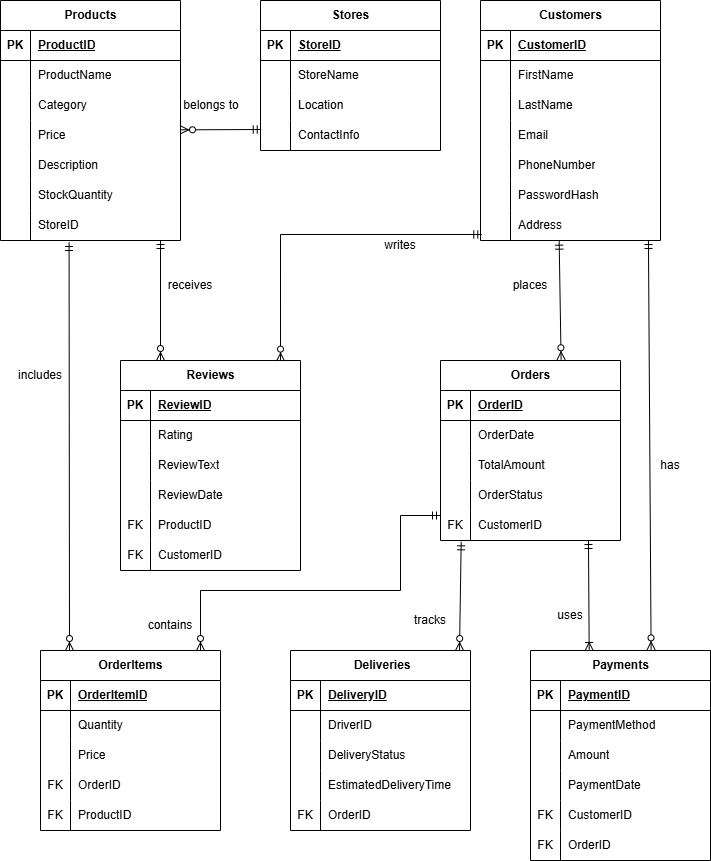
Above: Er Iteration 2.png in bhargavvarmasagi/GDP-Team04 (draw.io), before the change. Source tidied: cells renumbered, new cells last; positions are measured from the earlier drawing's top-left corner, leaving out a move shared by most shapes.
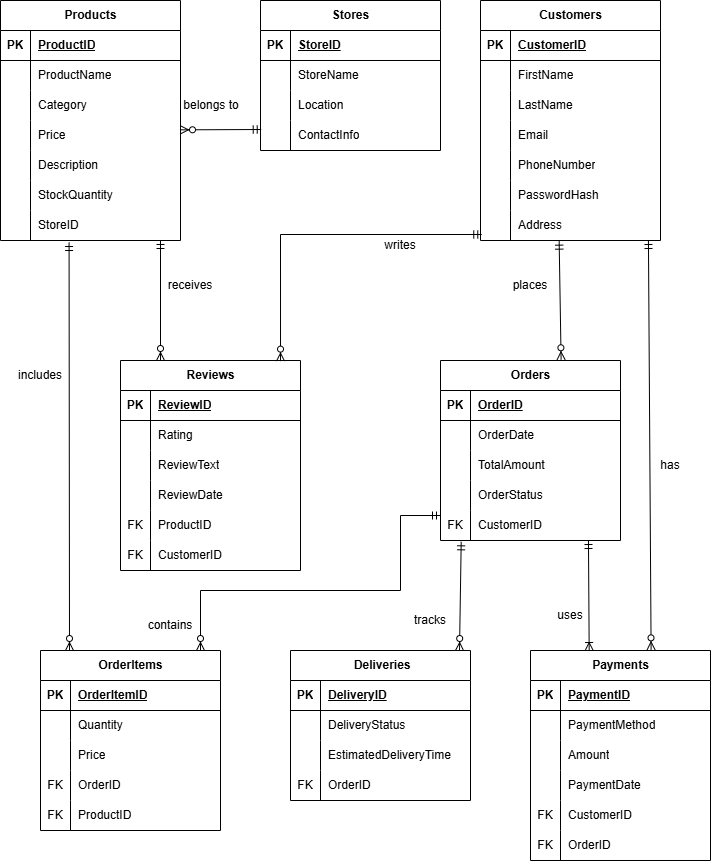
Above is the later version.

What changed in the source:
```diff
@@ -297,7 +297,7 @@
       <mxGeometry x="30" width="150" height="30" as="geometry" />
     </mxCell>
     <mxCell id="99" value="&amp;nbsp;Deliveries" style="shape=table;startSize=30;rowLines=0;fontStyle=1;align=center;html=1;" parent="1" vertex="1">
-      <mxGeometry x="290" y="650" width="180" height="180" as="geometry" />
+      <mxGeometry x="290" y="650" width="180" height="150" as="geometry" />
     </mxCell>
     <mxCell id="100" style="shape=tableRow;horizontal=0;startSize=0;swimlaneHead=0;swimlaneBody=0;fillColor=none;top=0;left=0;right=0;bottom=1;" parent="99" vertex="1">
       <mxGeometry y="30" width="180" height="30" as="geometry" />
@@ -308,17 +308,8 @@
     <mxCell id="102" value="DeliveryID" style="shape=partialRectangle;fillColor=none;top=0;left=0;bottom=0;right=0;align=left;spacingLeft=6;fontStyle=5;overflow=hidden;whiteSpace=wrap;html=1;" parent="100" vertex="1">
       <mxGeometry x="30" width="150" height="30" as="geometry" />
     </mxCell>
-    <mxCell id="103" style="shape=tableRow;horizontal=0;startSize=0;swimlaneHead=0;swimlaneBody=0;fillColor=none;top=0;left=0;right=0;bottom=0;" parent="99" vertex="1">
-      <mxGeometry y="60" width="180" height="30" as="geometry" />
-    </mxCell>
-    <mxCell id="104" style="shape=partialRectangle;fillColor=none;top=0;left=0;bottom=0;right=0;overflow=hidden;whiteSpace=wrap;html=1;" parent="103" vertex="1">
-      <mxGeometry width="30" height="30" as="geometry" />
-    </mxCell>
-    <mxCell id="105" value="DriverID" style="shape=partialRectangle;fillColor=none;top=0;left=0;bottom=0;right=0;align=left;spacingLeft=6;overflow=hidden;whiteSpace=wrap;html=1;" parent="103" vertex="1">
-      <mxGeometry x="30" width="150" height="30" as="geometry" />
-    </mxCell>
     <mxCell id="106" style="shape=tableRow;horizontal=0;startSize=0;swimlaneHead=0;swimlaneBody=0;fillColor=none;top=0;left=0;right=0;bottom=0;" parent="99" vertex="1">
-      <mxGeometry y="90" width="180" height="30" as="geometry" />
+      <mxGeometry y="60" width="180" height="30" as="geometry" />
     </mxCell>
     <mxCell id="107" style="shape=partialRectangle;fillColor=none;top=0;left=0;bottom=0;right=0;overflow=hidden;whiteSpace=wrap;html=1;" parent="106" vertex="1">
       <mxGeometry width="30" height="30" as="geometry" />
@@ -327,7 +318,7 @@
       <mxGeometry x="30" width="150" height="30" as="geometry" />
     </mxCell>
     <mxCell id="109" style="shape=tableRow;horizontal=0;startSize=0;swimlaneHead=0;swimlaneBody=0;fillColor=none;top=0;left=0;right=0;bottom=0;" parent="99" vertex="1">
-      <mxGeometry y="120" width="180" height="30" as="geometry" />
+      <mxGeometry y="90" width="180" height="30" as="geometry" />
     </mxCell>
     <mxCell id="110" style="shape=partialRectangle;fillColor=none;top=0;left=0;bottom=0;right=0;overflow=hidden;whiteSpace=wrap;html=1;" parent="109" vertex="1">
       <mxGeometry width="30" height="30" as="geometry" />
@@ -336,7 +327,7 @@
       <mxGeometry x="30" width="150" height="30" as="geometry" />
     </mxCell>
     <mxCell id="112" style="shape=tableRow;horizontal=0;startSize=0;swimlaneHead=0;swimlaneBody=0;fillColor=none;top=0;left=0;right=0;bottom=0;" parent="99" vertex="1">
-      <mxGeometry y="150" width="180" height="30" as="geometry" />
+      <mxGeometry y="120" width="180" height="30" as="geometry" />
     </mxCell>
     <mxCell id="113" value="FK" style="shape=partialRectangle;fillColor=none;top=0;left=0;bottom=0;right=0;overflow=hidden;whiteSpace=wrap;html=1;" parent="112" vertex="1">
       <mxGeometry width="30" height="30" as="geometry" />
```
